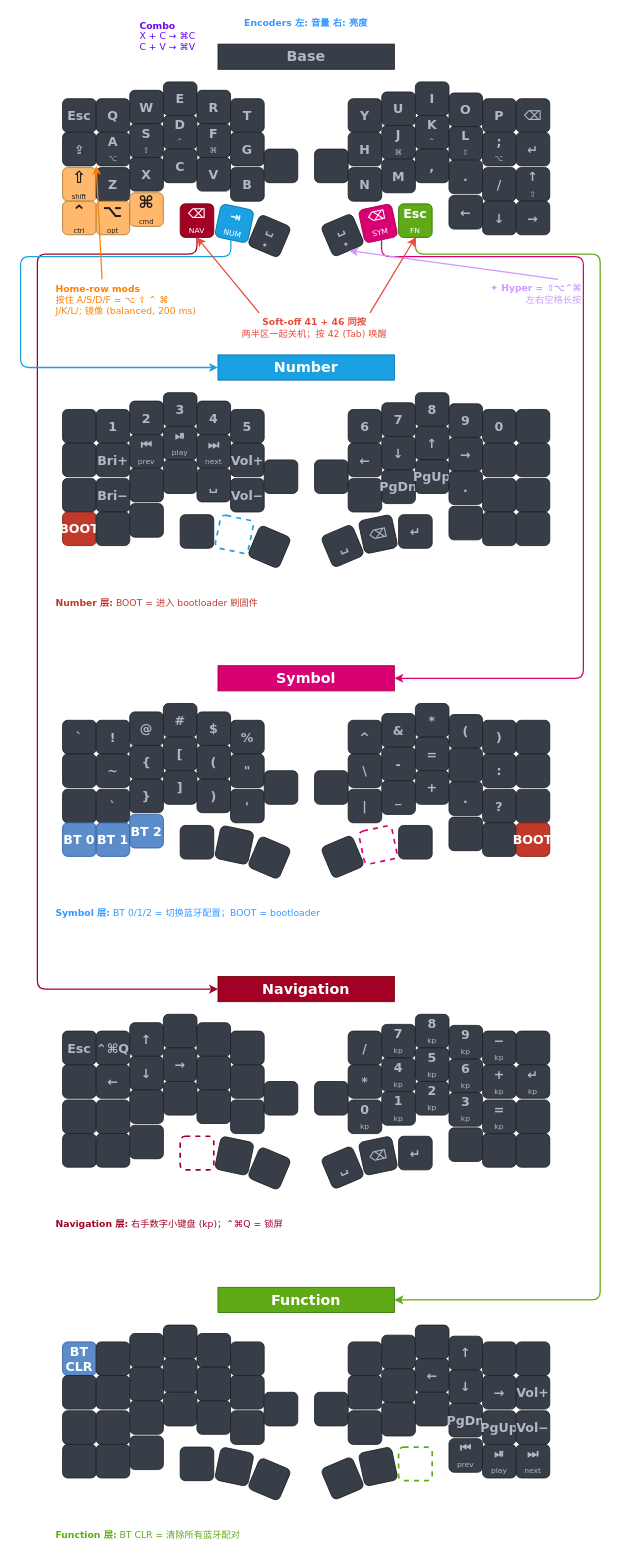
Earlier version of the draw.io diagram draw/cornix_keymap.drawio.xml (zhenlonghe/zmk-keyboard-cornix). Source tidied: cells renumbered, new cells numbered last; positions are measured from the earlier drawing's top-left corner, leaving out a move shared by most shapes. Both pictures are drawn from the tidied source at 84%, with x=0, y=0 at pixel (20, 14).
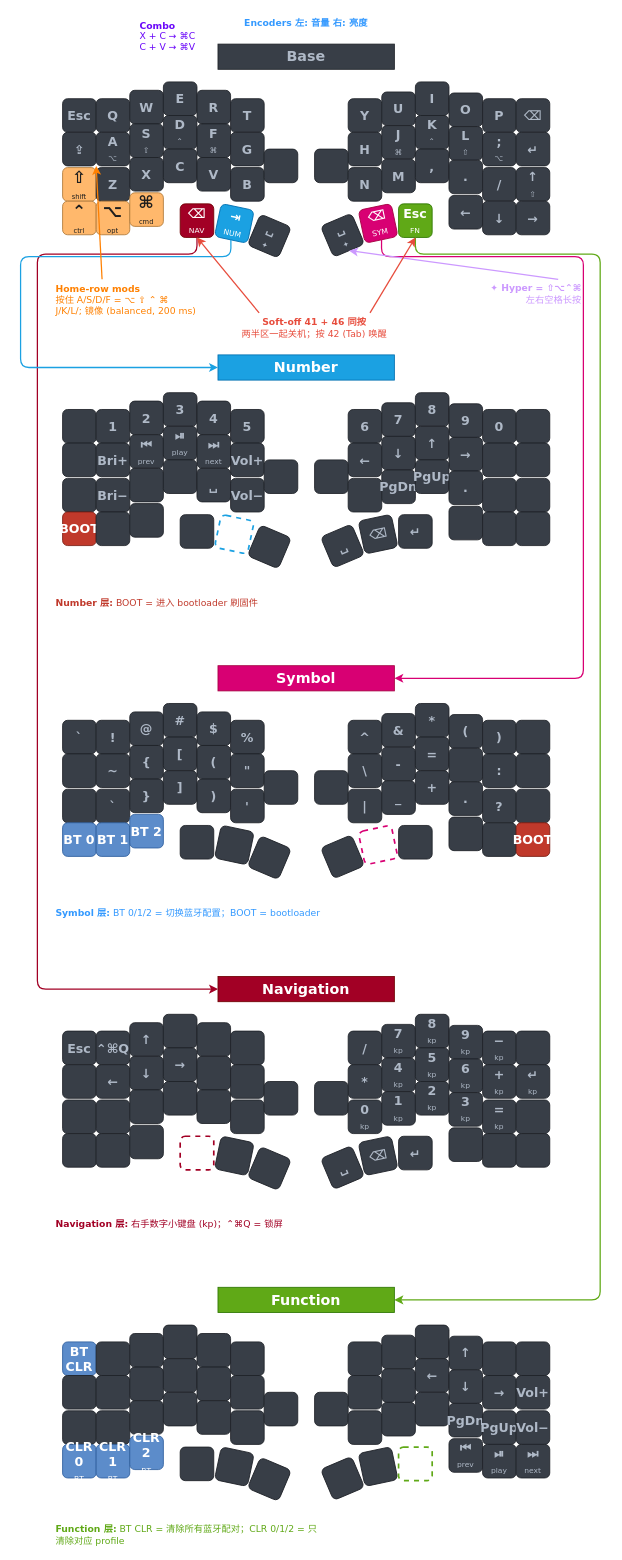
The same page after the edit.

Commit message (it also covers changes not shown here):
keymap(cornix): FN 层左下角加 CLR 0/1/2，单独清除对应蓝牙 profile

Change to the diagram source:
```diff
@@
-    <mxCell id="248" style="whiteSpace=wrap;html=1;rounded=1;fontFamily=Verdana;fontSize=15;fontStyle=1;fillColor=#383E47;strokeColor=#1e2228;fontColor=#AFB9C7;" parent="1" vertex="1">
+    <mxCell id="248" value="&lt;b&gt;CLR 0&lt;/b&gt;&lt;br&gt;&lt;font style=&quot;font-size:9px;font-weight:normal&quot;&gt;BT&lt;/font&gt;" style="whiteSpace=wrap;html=1;rounded=1;fontFamily=Verdana;fontSize=15;fontStyle=1;fillColor=#5C8CCA;strokeColor=#2f5f9e;fontColor=#ffffff;" parent="1" vertex="1">
       <mxGeometry x="50" y="1702" width="40" height="40" as="geometry" />
     </mxCell>
-    <mxCell id="249" style="whiteSpace=wrap;html=1;rounded=1;fontFamily=Verdana;fontSize=15;fontStyle=1;fillColor=#383E47;strokeColor=#1e2228;fontColor=#AFB9C7;" parent="1" vertex="1">
+    <mxCell id="249" value="&lt;b&gt;CLR 1&lt;/b&gt;&lt;br&gt;&lt;font style=&quot;font-size:9px;font-weight:normal&quot;&gt;BT&lt;/font&gt;" style="whiteSpace=wrap;html=1;rounded=1;fontFamily=Verdana;fontSize=15;fontStyle=1;fillColor=#5C8CCA;strokeColor=#2f5f9e;fontColor=#ffffff;" parent="1" vertex="1">
       <mxGeometry x="90" y="1702" width="40" height="40" as="geometry" />
     </mxCell>
-    <mxCell id="250" style="whiteSpace=wrap;html=1;rounded=1;fontFamily=Verdana;fontSize=15;fontStyle=1;fillColor=#383E47;strokeColor=#1e2228;fontColor=#AFB9C7;" parent="1" vertex="1">
+    <mxCell id="250" value="&lt;b&gt;CLR 2&lt;/b&gt;&lt;br&gt;&lt;font style=&quot;font-size:9px;font-weight:normal&quot;&gt;BT&lt;/font&gt;" style="whiteSpace=wrap;html=1;rounded=1;fontFamily=Verdana;fontSize=15;fontStyle=1;fillColor=#5C8CCA;strokeColor=#2f5f9e;fontColor=#ffffff;" parent="1" vertex="1">
       <mxGeometry x="130" y="1692" width="40" height="40" as="geometry" />
     </mxCell>
@@
-    <mxCell id="260" value="&lt;b&gt;Function 层:&lt;/b&gt; BT CLR = 清除所有蓝牙配对" style="text;html=1;strokeColor=none;fillColor=none;align=left;verticalAlign=middle;whiteSpace=wrap;fontFamily=Verdana;fontSize=11;fontColor=#60a917;" parent="1" vertex="1">
+    <mxCell id="260" value="&lt;b&gt;Function 层:&lt;/b&gt; BT CLR = 清除所有蓝牙配对；CLR 0/1/2 = 只清除对应 profile" style="text;html=1;strokeColor=none;fillColor=none;align=left;verticalAlign=middle;whiteSpace=wrap;fontFamily=Verdana;fontSize=11;fontColor=#60a917;" parent="1" vertex="1">
       <mxGeometry x="40" y="1800" width="320" height="20" as="geometry" />
     </mxCell>
```
